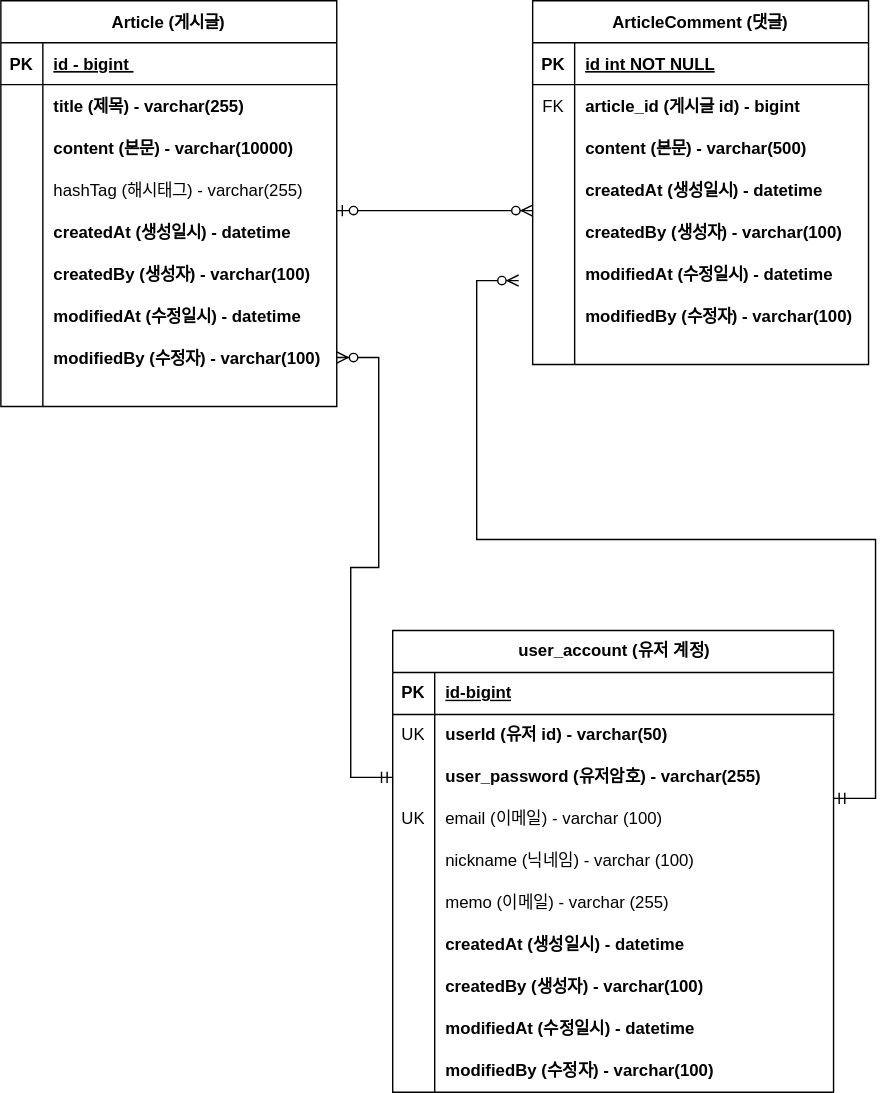
Earlier version of the draw.io export document/project-board-erd.svg (Kim-Soon-Ki/fastcampus-project-board). Source tidied: cells renumbered, new cells last; positions are measured from the earlier drawing's top-left corner, leaving out a move shared by most shapes.
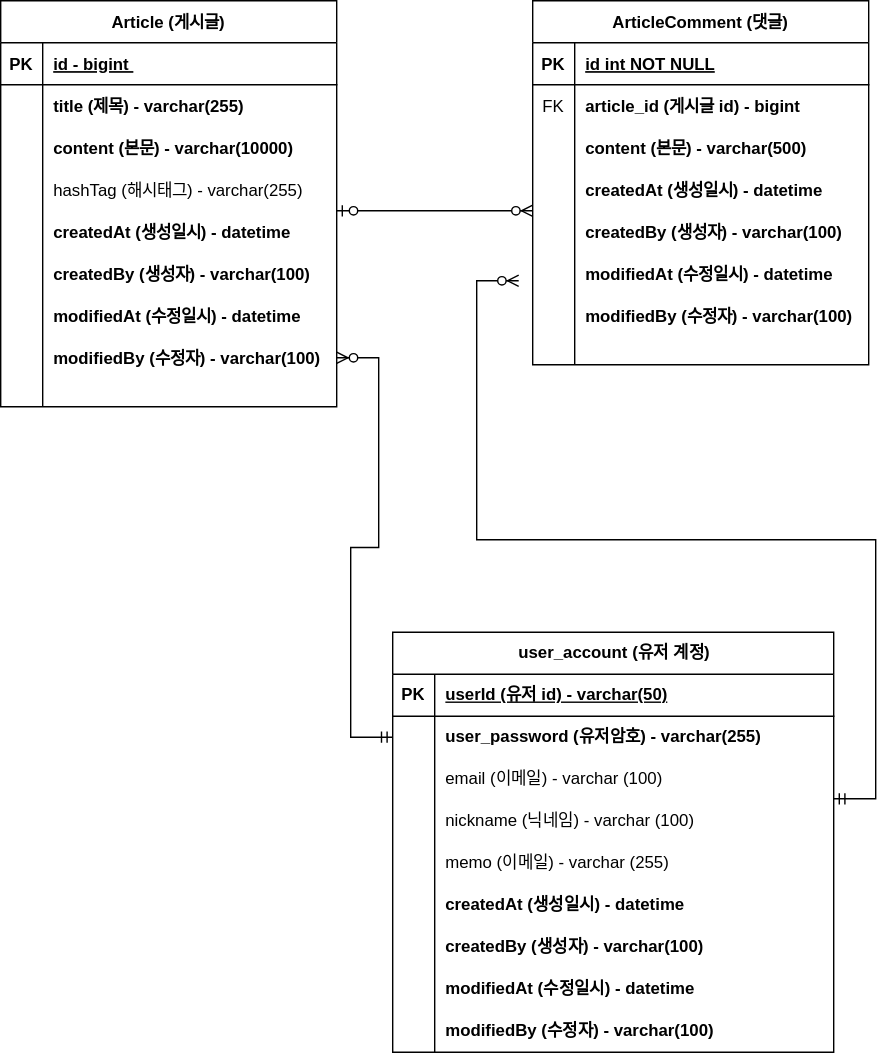
After the commit.

Commit message:
#37 - ERD 문서 수정: 회원 계정 user_id 를 PK 로 변경

Diff of the diagram source:
```diff
@@ -3,7 +3,7 @@
     <mxCell id="0" />
     <mxCell id="1" parent="0" />
     <mxCell id="2" value="user_account (유저 계정)" style="shape=table;startSize=30;rowLines=0;fontStyle=1;align=center;html=1;" parent="1" vertex="1">
-      <mxGeometry x="280" y="450" width="315" height="330" as="geometry" />
+      <mxGeometry x="280" y="451" width="315" height="300" as="geometry" />
     </mxCell>
     <mxCell id="3" style="shape=tableRow;horizontal=0;startSize=0;swimlaneHead=0;swimlaneBody=0;fillColor=none;top=0;left=0;right=0;bottom=1;" parent="2" vertex="1">
       <mxGeometry y="30" width="315" height="30" as="geometry" />
@@ -11,20 +11,11 @@
     <mxCell id="4" value="PK" style="shape=partialRectangle;fillColor=none;top=0;left=0;bottom=0;right=0;fontStyle=1;overflow=hidden;whiteSpace=wrap;html=1;" parent="3" vertex="1">
       <mxGeometry width="30" height="30" as="geometry" />
     </mxCell>
-    <mxCell id="5" value="id-bigint" style="shape=partialRectangle;fillColor=none;top=0;left=0;bottom=0;right=0;align=left;spacingLeft=6;fontStyle=5;overflow=hidden;whiteSpace=wrap;html=1;" parent="3" vertex="1">
+    <mxCell id="5" value="userId (유저 id) - varchar(50)" style="shape=partialRectangle;fillColor=none;top=0;left=0;bottom=0;right=0;align=left;spacingLeft=6;fontStyle=5;overflow=hidden;whiteSpace=wrap;html=1;" parent="3" vertex="1">
       <mxGeometry x="30" width="285" height="30" as="geometry" />
     </mxCell>
-    <mxCell id="6" style="shape=tableRow;horizontal=0;startSize=0;swimlaneHead=0;swimlaneBody=0;fillColor=none;top=0;left=0;right=0;bottom=0;fontStyle=1;" parent="2" vertex="1">
-      <mxGeometry y="60" width="315" height="30" as="geometry" />
-    </mxCell>
-    <mxCell id="7" value="UK" style="shape=partialRectangle;fillColor=none;top=0;left=0;bottom=0;right=0;overflow=hidden;whiteSpace=wrap;html=1;" parent="6" vertex="1">
-      <mxGeometry width="30" height="30" as="geometry" />
-    </mxCell>
-    <mxCell id="8" value="userId (유저 id) - varchar(50)" style="shape=partialRectangle;fillColor=none;top=0;left=0;bottom=0;right=0;align=left;spacingLeft=6;overflow=hidden;whiteSpace=wrap;html=1;fontStyle=1;" parent="6" vertex="1">
-      <mxGeometry x="30" width="285" height="30" as="geometry" />
-    </mxCell>
     <mxCell id="9" style="shape=tableRow;horizontal=0;startSize=0;swimlaneHead=0;swimlaneBody=0;fillColor=none;points=[[0,0.5],[1,0.5]];portConstraint=eastwest;top=0;left=0;right=0;bottom=0;" parent="2" vertex="1">
-      <mxGeometry y="90" width="315" height="30" as="geometry" />
+      <mxGeometry y="60" width="315" height="30" as="geometry" />
     </mxCell>
     <mxCell id="10" style="shape=partialRectangle;fillColor=none;top=0;left=0;bottom=0;right=0;overflow=hidden;whiteSpace=wrap;html=1;" parent="9" vertex="1">
       <mxGeometry width="30" height="30" as="geometry" />
@@ -33,16 +24,16 @@
       <mxGeometry x="30" width="285" height="30" as="geometry" />
     </mxCell>
     <mxCell id="12" style="shape=tableRow;horizontal=0;startSize=0;swimlaneHead=0;swimlaneBody=0;fillColor=none;top=0;left=0;right=0;bottom=0;" parent="2" vertex="1">
-      <mxGeometry y="120" width="315" height="30" as="geometry" />
+      <mxGeometry y="90" width="315" height="30" as="geometry" />
     </mxCell>
-    <mxCell id="13" value="UK" style="shape=partialRectangle;fillColor=none;top=0;left=0;bottom=0;right=0;overflow=hidden;whiteSpace=wrap;html=1;" parent="12" vertex="1">
+    <mxCell id="13" style="shape=partialRectangle;fillColor=none;top=0;left=0;bottom=0;right=0;overflow=hidden;whiteSpace=wrap;html=1;" parent="12" vertex="1">
       <mxGeometry width="30" height="30" as="geometry" />
     </mxCell>
     <mxCell id="14" value="email (이메일) - varchar (100)" style="shape=partialRectangle;fillColor=none;top=0;left=0;bottom=0;right=0;align=left;spacingLeft=6;overflow=hidden;whiteSpace=wrap;html=1;" parent="12" vertex="1">
       <mxGeometry x="30" width="285" height="30" as="geometry" />
     </mxCell>
     <mxCell id="15" style="shape=tableRow;horizontal=0;startSize=0;swimlaneHead=0;swimlaneBody=0;fillColor=none;top=0;left=0;right=0;bottom=0;" parent="2" vertex="1">
-      <mxGeometry y="150" width="315" height="30" as="geometry" />
+      <mxGeometry y="120" width="315" height="30" as="geometry" />
     </mxCell>
     <mxCell id="16" style="shape=partialRectangle;fillColor=none;top=0;left=0;bottom=0;right=0;overflow=hidden;whiteSpace=wrap;html=1;" parent="15" vertex="1">
       <mxGeometry width="30" height="30" as="geometry" />
@@ -51,7 +42,7 @@
       <mxGeometry x="30" width="285" height="30" as="geometry" />
     </mxCell>
     <mxCell id="18" style="shape=tableRow;horizontal=0;startSize=0;swimlaneHead=0;swimlaneBody=0;fillColor=none;top=0;left=0;right=0;bottom=0;" parent="2" vertex="1">
-      <mxGeometry y="180" width="315" height="30" as="geometry" />
+      <mxGeometry y="150" width="315" height="30" as="geometry" />
     </mxCell>
     <mxCell id="19" style="shape=partialRectangle;fillColor=none;top=0;left=0;bottom=0;right=0;overflow=hidden;whiteSpace=wrap;html=1;" parent="18" vertex="1">
       <mxGeometry width="30" height="30" as="geometry" />
@@ -60,7 +51,7 @@
       <mxGeometry x="30" width="285" height="30" as="geometry" />
     </mxCell>
     <mxCell id="21" style="shape=tableRow;horizontal=0;startSize=0;swimlaneHead=0;swimlaneBody=0;fillColor=none;top=0;left=0;right=0;bottom=0;" parent="2" vertex="1">
-      <mxGeometry y="210" width="315" height="30" as="geometry" />
+      <mxGeometry y="180" width="315" height="30" as="geometry" />
     </mxCell>
     <mxCell id="22" style="shape=partialRectangle;fillColor=none;top=0;left=0;bottom=0;right=0;overflow=hidden;whiteSpace=wrap;html=1;" parent="21" vertex="1">
       <mxGeometry width="30" height="30" as="geometry" />
@@ -69,7 +60,7 @@
       <mxGeometry x="30" width="285" height="30" as="geometry" />
     </mxCell>
     <mxCell id="24" style="shape=tableRow;horizontal=0;startSize=0;swimlaneHead=0;swimlaneBody=0;fillColor=none;top=0;left=0;right=0;bottom=0;" parent="2" vertex="1">
-      <mxGeometry y="240" width="315" height="30" as="geometry" />
+      <mxGeometry y="210" width="315" height="30" as="geometry" />
     </mxCell>
     <mxCell id="25" style="shape=partialRectangle;fillColor=none;top=0;left=0;bottom=0;right=0;overflow=hidden;whiteSpace=wrap;html=1;" parent="24" vertex="1">
       <mxGeometry width="30" height="30" as="geometry" />
@@ -78,7 +69,7 @@
       <mxGeometry x="30" width="285" height="30" as="geometry" />
     </mxCell>
     <mxCell id="27" style="shape=tableRow;horizontal=0;startSize=0;swimlaneHead=0;swimlaneBody=0;fillColor=none;top=0;left=0;right=0;bottom=0;" parent="2" vertex="1">
-      <mxGeometry y="270" width="315" height="30" as="geometry" />
+      <mxGeometry y="240" width="315" height="30" as="geometry" />
     </mxCell>
     <mxCell id="28" style="shape=partialRectangle;fillColor=none;top=0;left=0;bottom=0;right=0;overflow=hidden;whiteSpace=wrap;html=1;" parent="27" vertex="1">
       <mxGeometry width="30" height="30" as="geometry" />
@@ -87,7 +78,7 @@
       <mxGeometry x="30" width="285" height="30" as="geometry" />
     </mxCell>
     <mxCell id="30" style="shape=tableRow;horizontal=0;startSize=0;swimlaneHead=0;swimlaneBody=0;fillColor=none;top=0;left=0;right=0;bottom=0;" parent="2" vertex="1">
-      <mxGeometry y="300" width="315" height="30" as="geometry" />
+      <mxGeometry y="270" width="315" height="30" as="geometry" />
     </mxCell>
     <mxCell id="31" style="shape=partialRectangle;fillColor=none;top=0;left=0;bottom=0;right=0;overflow=hidden;whiteSpace=wrap;html=1;" parent="30" vertex="1">
       <mxGeometry width="30" height="30" as="geometry" />
```
